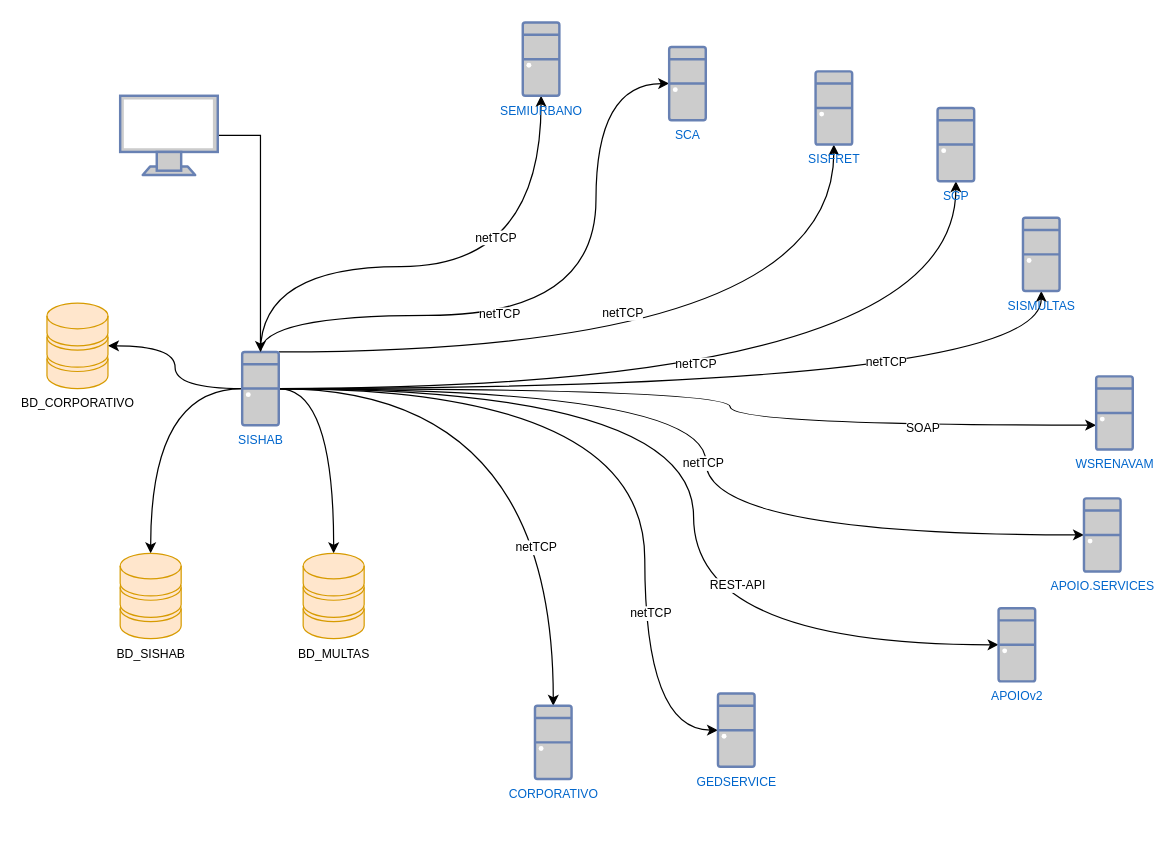
Before: Diagrama sem nome.drawio in mrclalves/desenhos, a draw.io diagram. Source tidied: cells renumbered, new cells numbered last; positions are measured from the earlier drawing's top-left corner, leaving out a move shared by most shapes. Both pictures are drawn from the tidied source at 122%, with x=0, y=0 at pixel (46, 22).
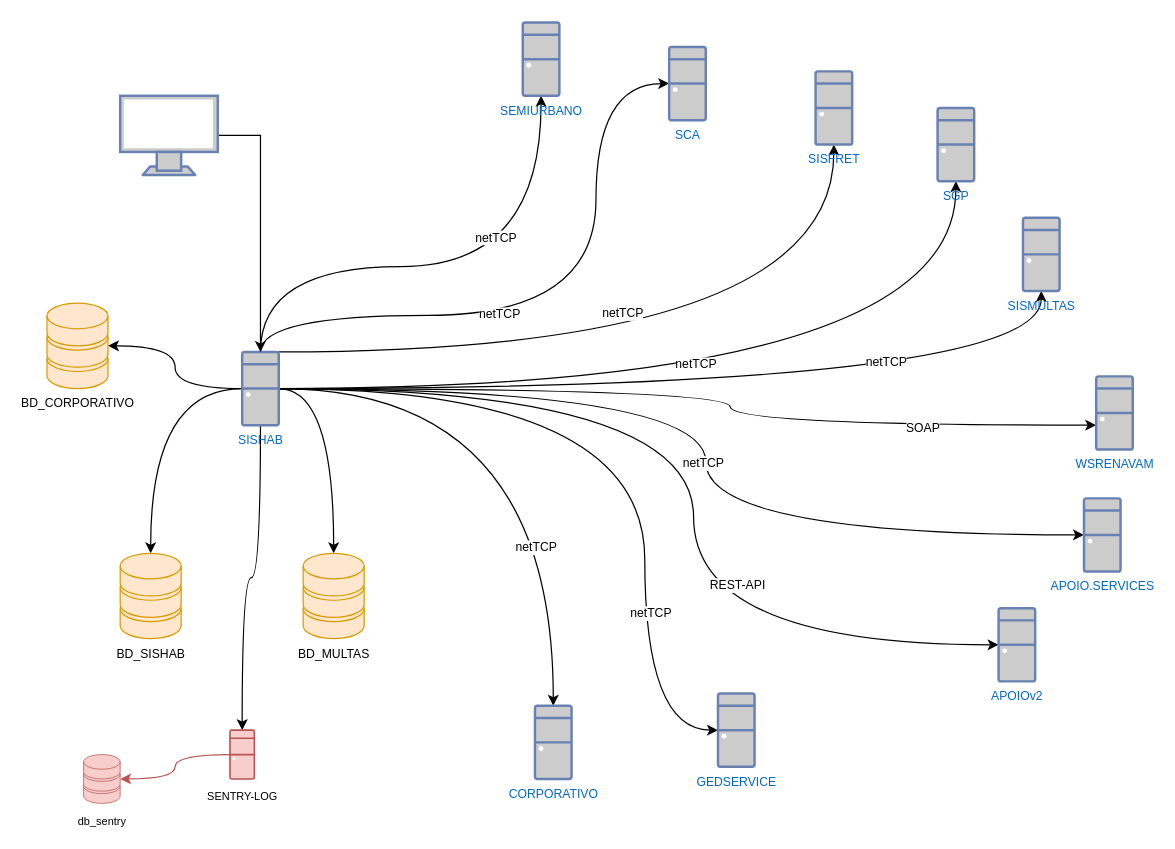
Above is the later version.

The change refers to these unchanged cells:
```xml
<mxCell id="25" value="SISHAB" style="fontColor=#0066CC;verticalAlign=top;verticalLabelPosition=bottom;labelPosition=center;align=center;html=1;outlineConnect=0;fillColor=#CCCCCC;strokeColor=#6881B3;gradientColor=none;gradientDirection=north;strokeWidth=2;shape=mxgraph.networks.desktop_pc;fontSize=10;" parent="1" vertex="1">
  <mxGeometry x="160" y="270" width="30" height="60" as="geometry" />
</mxCell>
```

Change to the diagram source:
```diff
@@
+    <mxCell id="41" style="edgeStyle=orthogonalEdgeStyle;curved=1;rounded=0;jettySize=auto;html=1;" parent="1" edge="1" source="25" target="43">
+      <mxGeometry relative="1" as="geometry" />
+    </mxCell>
@@
+    <mxCell id="42" style="edgeStyle=orthogonalEdgeStyle;curved=1;rounded=0;jettySize=auto;html=1;fillColor=#f8cecc;strokeColor=#b85450;" parent="1" edge="1" source="43" target="44">
+      <mxGeometry relative="1" as="geometry" />
+    </mxCell>
+    <mxCell id="43" value="&lt;font style=&quot;font-size: 9px;&quot;&gt;SENTRY-LOG&lt;/font&gt;" style="verticalAlign=top;verticalLabelPosition=bottom;labelPosition=center;align=center;html=1;outlineConnect=0;fillColor=#f8cecc;strokeColor=#b85450;gradientDirection=north;strokeWidth=2;shape=mxgraph.networks.desktop_pc;" parent="1" vertex="1">
+      <mxGeometry x="150" y="580" width="20" height="40" as="geometry" />
+    </mxCell>
+    <mxCell id="44" value="&lt;font style=&quot;font-size: 9px;&quot;&gt;db_sentry&lt;/font&gt;" style="verticalAlign=top;verticalLabelPosition=bottom;labelPosition=center;align=center;html=1;outlineConnect=0;fillColor=#f8cecc;strokeColor=#b85450;gradientDirection=north;strokeWidth=2;shape=mxgraph.networks.storage;" parent="1" vertex="1">
+      <mxGeometry x="30" y="600" width="30" height="40" as="geometry" />
+    </mxCell>
```
